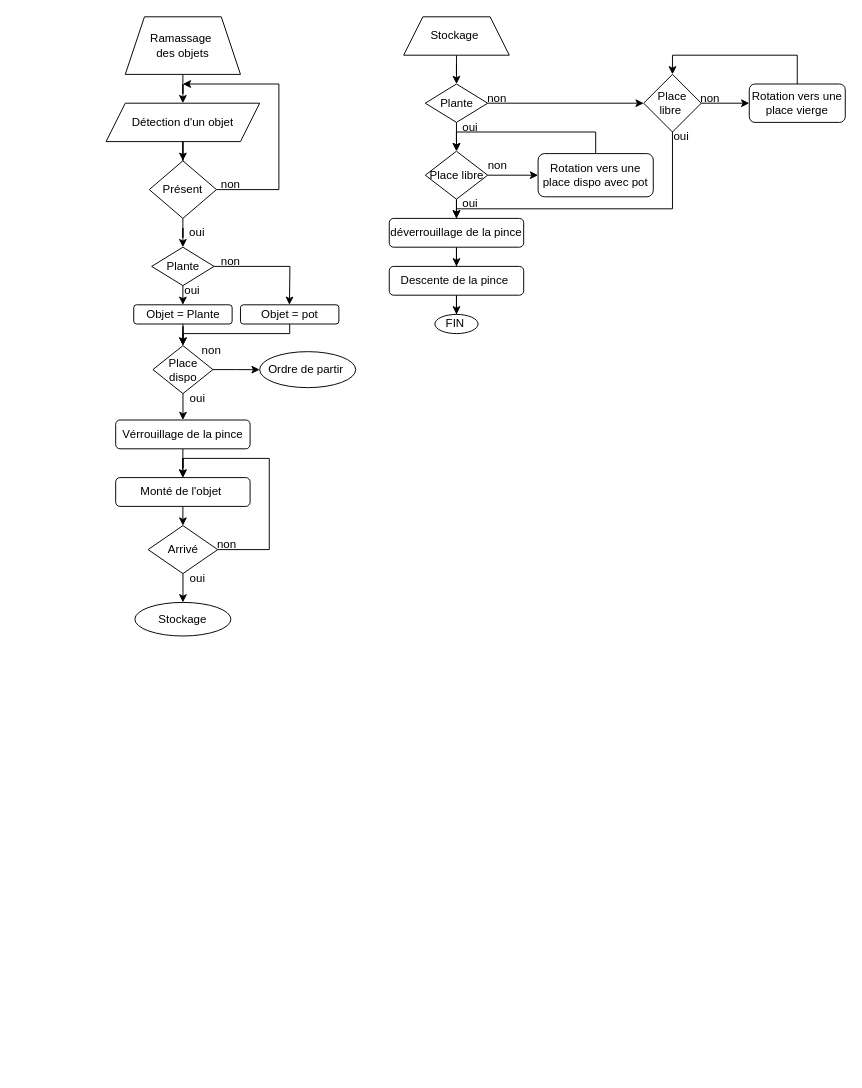
Earlier version of the draw.io diagram page "Asservissement" (3 of 4) of Journal/draw.io/Diagramme_Ares.drawio (AresEnsea/2324_Projet2A_AresCFR). Source tidied: cells renumbered, new cells numbered last; positions are measured from the earlier drawing's top-left corner, leaving out a move shared by most shapes. Both pictures are drawn from the tidied source at 96%, with x=0, y=0 at pixel (106, 16).
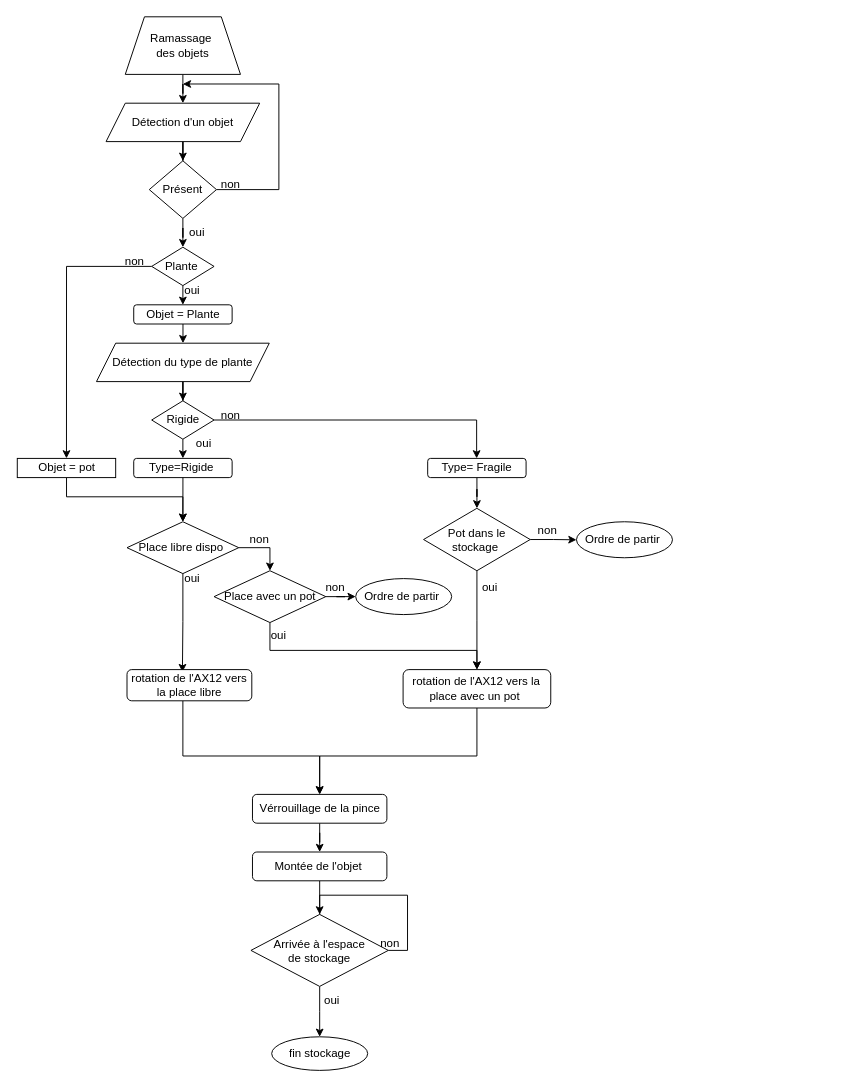
The same page after the edit.

Unchanged cells that the change refers to:
```xml
<mxCell id="28" value="Objet = Plante" style="rounded=1;whiteSpace=wrap;html=1;" parent="1" vertex="1">
  <mxGeometry x="28.8" y="300" width="102.5" height="20" as="geometry" />
</mxCell>
```

Diff of the diagram source:
```diff
@@
-    <mxCell id="10" style="edgeStyle=orthogonalEdgeStyle;rounded=0;jettySize=auto;html=1;" parent="1" edge="1" source="11" target="13">
-      <mxGeometry relative="1" as="geometry" />
-    </mxCell>
-    <mxCell id="11" value="Vérrouillage de la pince" style="rounded=1;whiteSpace=wrap;html=1;" parent="1" vertex="1">
-      <mxGeometry x="10" y="420" width="140" height="30" as="geometry" />
-    </mxCell>
-    <mxCell id="12" style="edgeStyle=orthogonalEdgeStyle;rounded=0;jettySize=auto;html=1;" parent="1" edge="1" source="13" target="32">
-      <mxGeometry relative="1" as="geometry" />
-    </mxCell>
-    <mxCell id="13" value="Monté de l'objet&amp;nbsp;" style="rounded=1;whiteSpace=wrap;html=1;" parent="1" vertex="1">
-      <mxGeometry x="10" y="480" width="140" height="30" as="geometry" />
-    </mxCell>
@@
-    <mxCell id="15" style="edgeStyle=orthogonalEdgeStyle;rounded=0;jettySize=auto;html=1;" parent="1" edge="1" source="17">
-      <mxGeometry relative="1" as="geometry">
-        <mxPoint x="191" y="300" as="targetPoint" />
-      </mxGeometry>
-    </mxCell>
@@
+    <mxCell id="62" style="edgeStyle=orthogonalEdgeStyle;rounded=0;jettySize=auto;html=1;entryX=0.5;entryY=0;entryDx=0;entryDy=0;" parent="1" edge="1" source="17" target="26">
+      <mxGeometry relative="1" as="geometry" />
+    </mxCell>
-    <mxCell id="17" value="Plante" style="rhombus;whiteSpace=wrap;html=1;" parent="1" vertex="1">
+    <mxCell id="17" value="Plante&amp;nbsp;" style="rhombus;whiteSpace=wrap;html=1;" parent="1" vertex="1">
       <mxGeometry x="47.5" y="240" width="65" height="40" as="geometry" />
     </mxCell>
-    <mxCell id="18" style="edgeStyle=orthogonalEdgeStyle;rounded=0;jettySize=auto;html=1;" parent="1" edge="1" source="20" target="11">
-      <mxGeometry relative="1" as="geometry" />
-    </mxCell>
-    <mxCell id="19" style="edgeStyle=orthogonalEdgeStyle;rounded=0;jettySize=auto;html=1;" parent="1" edge="1" source="20" target="29">
-      <mxGeometry relative="1" as="geometry" />
-    </mxCell>
-    <mxCell id="20" value="Place dispo" style="rhombus;whiteSpace=wrap;html=1;" parent="1" vertex="1">
-      <mxGeometry x="48.8" y="342.5" width="62.5" height="50" as="geometry" />
-    </mxCell>
@@
-    <mxCell id="22" value="oui" style="text;html=1;strokeColor=none;fillColor=none;align=center;verticalAlign=middle;whiteSpace=wrap;rounded=0;" parent="1" vertex="1">
-      <mxGeometry x="85.6" y="392.5" width="18.8" height="10" as="geometry" />
-    </mxCell>
-    <mxCell id="23" value="non" style="text;html=1;strokeColor=none;fillColor=none;align=center;verticalAlign=middle;whiteSpace=wrap;rounded=0;" parent="1" vertex="1">
-      <mxGeometry x="100" y="342.5" width="20" height="10" as="geometry" />
-    </mxCell>
     <mxCell id="24" value="non" style="text;html=1;strokeColor=none;fillColor=none;align=center;verticalAlign=middle;whiteSpace=wrap;rounded=0;" parent="1" vertex="1">
-      <mxGeometry x="110" y="250" width="40" height="10" as="geometry" />
+      <mxGeometry x="10" y="250" width="40" height="10" as="geometry" />
     </mxCell>
-    <mxCell id="25" style="edgeStyle=orthogonalEdgeStyle;rounded=0;jettySize=auto;html=1;exitX=0.5;exitY=1;exitDx=0;exitDy=0;entryX=0.5;entryY=0;entryDx=0;entryDy=0;" parent="1" edge="1" source="26" target="20">
-      <mxGeometry relative="1" as="geometry">
-        <Array as="points">
-          <mxPoint x="191" y="330" />
-          <mxPoint x="80" y="330" />
-        </Array>
-      </mxGeometry>
-    </mxCell>
+    <mxCell id="63" style="edgeStyle=orthogonalEdgeStyle;rounded=0;jettySize=auto;html=1;entryX=0.5;entryY=0;entryDx=0;entryDy=0;" parent="1" edge="1" source="26" target="69">
+      <mxGeometry relative="1" as="geometry">
+        <Array as="points">
+          <mxPoint x="-41" y="500" />
+          <mxPoint x="80" y="500" />
+        </Array>
+      </mxGeometry>
+    </mxCell>
-    <mxCell id="26" value="Objet = pot" style="rounded=1;whiteSpace=wrap;html=1;" parent="1" vertex="1">
-      <mxGeometry x="140" y="300" width="102.5" height="20" as="geometry" />
+    <mxCell id="26" value="Objet = pot" style="rounded=1;whiteSpace=wrap;html=1;arcSize=0;" parent="1" vertex="1">
+      <mxGeometry x="-92.5" y="460" width="102.5" height="20" as="geometry" />
     </mxCell>
-    <mxCell id="27" style="edgeStyle=orthogonalEdgeStyle;rounded=0;jettySize=auto;html=1;" parent="1" edge="1" source="28" target="20">
+    <mxCell id="27" style="edgeStyle=orthogonalEdgeStyle;rounded=0;jettySize=auto;html=1;entryX=0.5;entryY=0;entryDx=0;entryDy=0;" parent="1" edge="1" source="28" target="80">
       <mxGeometry relative="1" as="geometry" />
     </mxCell>
@@
-    <mxCell id="29" value="Ordre de partir&amp;nbsp;" style="ellipse;whiteSpace=wrap;html=1;" parent="1" vertex="1">
-      <mxGeometry x="160" y="348.8" width="100" height="37.5" as="geometry" />
-    </mxCell>
-    <mxCell id="30" style="edgeStyle=orthogonalEdgeStyle;rounded=0;jettySize=auto;html=1;entryX=0.5;entryY=0;entryDx=0;entryDy=0;" parent="1" edge="1" source="32" target="13">
-      <mxGeometry relative="1" as="geometry">
-        <Array as="points">
-          <mxPoint x="170" y="555" />
-          <mxPoint x="170" y="460" />
-          <mxPoint x="80" y="460" />
-        </Array>
-      </mxGeometry>
-    </mxCell>
-    <mxCell id="31" style="edgeStyle=orthogonalEdgeStyle;rounded=0;jettySize=auto;html=1;" parent="1" edge="1" source="32" target="35">
-      <mxGeometry relative="1" as="geometry" />
-    </mxCell>
-    <mxCell id="32" value="Arrivé" style="rhombus;whiteSpace=wrap;html=1;" parent="1" vertex="1">
-      <mxGeometry x="43.8" y="530" width="72.5" height="50" as="geometry" />
-    </mxCell>
-    <mxCell id="33" value="non" style="text;html=1;strokeColor=none;fillColor=none;align=center;verticalAlign=middle;whiteSpace=wrap;rounded=0;" parent="1" vertex="1">
-      <mxGeometry x="116.2" y="545" width="20" height="10" as="geometry" />
-    </mxCell>
-    <mxCell id="34" value="oui" style="text;html=1;strokeColor=none;fillColor=none;align=center;verticalAlign=middle;whiteSpace=wrap;rounded=0;" parent="1" vertex="1">
-      <mxGeometry x="85.6" y="580" width="18.8" height="10" as="geometry" />
-    </mxCell>
-    <mxCell id="35" value="Stockage" style="ellipse;whiteSpace=wrap;html=1;" parent="1" vertex="1">
-      <mxGeometry x="30" y="610" width="100" height="35" as="geometry" />
-    </mxCell>
-    <mxCell id="36" style="edgeStyle=orthogonalEdgeStyle;rounded=0;jettySize=auto;html=1;" parent="1" edge="1" source="37" target="40">
-      <mxGeometry relative="1" as="geometry" />
-    </mxCell>
-    <mxCell id="37" value="Stockage&amp;nbsp;" style="shape=trapezoid;perimeter=trapezoidPerimeter;whiteSpace=wrap;html=1;fixedSize=1;" parent="1" vertex="1">
-      <mxGeometry x="310" width="110" height="40" as="geometry" />
-    </mxCell>
-    <mxCell id="38" style="edgeStyle=orthogonalEdgeStyle;rounded=0;jettySize=auto;html=1;" parent="1" edge="1" source="40" target="43">
-      <mxGeometry relative="1" as="geometry" />
-    </mxCell>
-    <mxCell id="39" style="edgeStyle=orthogonalEdgeStyle;rounded=0;jettySize=auto;html=1;" parent="1" edge="1" source="40" target="56">
-      <mxGeometry relative="1" as="geometry" />
-    </mxCell>
-    <mxCell id="40" value="Plante" style="rhombus;whiteSpace=wrap;html=1;" parent="1" vertex="1">
-      <mxGeometry x="332.5" y="70" width="65" height="40" as="geometry" />
-    </mxCell>
-    <mxCell id="41" style="edgeStyle=orthogonalEdgeStyle;rounded=0;jettySize=auto;html=1;" parent="1" edge="1" source="43" target="46">
-      <mxGeometry relative="1" as="geometry" />
-    </mxCell>
-    <mxCell id="42" style="edgeStyle=orthogonalEdgeStyle;rounded=0;jettySize=auto;html=1;" parent="1" edge="1" source="43" target="53">
-      <mxGeometry relative="1" as="geometry" />
-    </mxCell>
-    <mxCell id="43" value="Place libre" style="rhombus;whiteSpace=wrap;html=1;" parent="1" vertex="1">
-      <mxGeometry x="332.5" y="140" width="65" height="50" as="geometry" />
-    </mxCell>
-    <mxCell id="44" value="oui" style="text;html=1;strokeColor=none;fillColor=none;align=center;verticalAlign=middle;whiteSpace=wrap;rounded=0;" parent="1" vertex="1">
-      <mxGeometry x="370" y="110" width="18.8" height="10" as="geometry" />
-    </mxCell>
-    <mxCell id="45" style="edgeStyle=orthogonalEdgeStyle;rounded=0;jettySize=auto;html=1;" parent="1" edge="1" source="46" target="49">
-      <mxGeometry relative="1" as="geometry" />
-    </mxCell>
-    <mxCell id="46" value="déverrouillage de la pince" style="rounded=1;whiteSpace=wrap;html=1;" parent="1" vertex="1">
-      <mxGeometry x="295" y="210" width="140" height="30" as="geometry" />
-    </mxCell>
-    <mxCell id="47" value="oui" style="text;html=1;strokeColor=none;fillColor=none;align=center;verticalAlign=middle;whiteSpace=wrap;rounded=0;" parent="1" vertex="1">
-      <mxGeometry x="370" y="190" width="18.8" height="10" as="geometry" />
-    </mxCell>
-    <mxCell id="48" style="edgeStyle=orthogonalEdgeStyle;rounded=0;jettySize=auto;html=1;entryX=0.5;entryY=0;entryDx=0;entryDy=0;" parent="1" edge="1" source="49" target="50">
-      <mxGeometry relative="1" as="geometry" />
-    </mxCell>
-    <mxCell id="49" value="Descente de la pince&amp;nbsp;" style="rounded=1;whiteSpace=wrap;html=1;" parent="1" vertex="1">
-      <mxGeometry x="295" y="260" width="140" height="30" as="geometry" />
-    </mxCell>
-    <mxCell id="50" value="FIN&amp;nbsp;" style="ellipse;whiteSpace=wrap;html=1;" parent="1" vertex="1">
-      <mxGeometry x="342.5" y="310" width="45" height="20" as="geometry" />
-    </mxCell>
-    <mxCell id="51" value="non" style="text;html=1;strokeColor=none;fillColor=none;align=center;verticalAlign=middle;whiteSpace=wrap;rounded=0;" parent="1" vertex="1">
-      <mxGeometry x="397.5" y="150" width="20" height="10" as="geometry" />
-    </mxCell>
-    <mxCell id="52" style="edgeStyle=orthogonalEdgeStyle;rounded=0;jettySize=auto;html=1;entryX=0.5;entryY=0;entryDx=0;entryDy=0;" parent="1" edge="1" source="53" target="43">
-      <mxGeometry relative="1" as="geometry">
-        <Array as="points">
-          <mxPoint x="510" y="120" />
-          <mxPoint x="365" y="120" />
-        </Array>
-      </mxGeometry>
-    </mxCell>
-    <mxCell id="53" value="Rotation vers une place dispo avec pot" style="rounded=1;whiteSpace=wrap;html=1;" parent="1" vertex="1">
-      <mxGeometry x="450" y="142.5" width="120" height="45" as="geometry" />
-    </mxCell>
-    <mxCell id="54" style="edgeStyle=orthogonalEdgeStyle;rounded=0;jettySize=auto;html=1;entryX=0.5;entryY=0;entryDx=0;entryDy=0;" parent="1" edge="1" source="56" target="46">
-      <mxGeometry relative="1" as="geometry">
-        <Array as="points">
-          <mxPoint x="590" y="200" />
-          <mxPoint x="365" y="200" />
-        </Array>
-      </mxGeometry>
-    </mxCell>
-    <mxCell id="55" style="edgeStyle=orthogonalEdgeStyle;rounded=0;jettySize=auto;html=1;" parent="1" edge="1" source="56" target="60">
-      <mxGeometry relative="1" as="geometry" />
-    </mxCell>
-    <mxCell id="56" value="Place libre&amp;nbsp;" style="rhombus;whiteSpace=wrap;html=1;" parent="1" vertex="1">
-      <mxGeometry x="560" y="60" width="60" height="60" as="geometry" />
-    </mxCell>
-    <mxCell id="57" value="non" style="text;html=1;strokeColor=none;fillColor=none;align=center;verticalAlign=middle;whiteSpace=wrap;rounded=0;" parent="1" vertex="1">
-      <mxGeometry x="397.5" y="80" width="18.8" height="10" as="geometry" />
-    </mxCell>
-    <mxCell id="58" value="oui" style="text;html=1;strokeColor=none;fillColor=none;align=center;verticalAlign=middle;whiteSpace=wrap;rounded=0;" parent="1" vertex="1">
-      <mxGeometry x="590" y="120" width="18.8" height="10" as="geometry" />
-    </mxCell>
-    <mxCell id="59" style="edgeStyle=orthogonalEdgeStyle;rounded=0;jettySize=auto;html=1;entryX=0.5;entryY=0;entryDx=0;entryDy=0;" parent="1" edge="1" source="60" target="56">
-      <mxGeometry relative="1" as="geometry">
-        <Array as="points">
-          <mxPoint x="720" y="40" />
-          <mxPoint x="590" y="40" />
-        </Array>
-      </mxGeometry>
-    </mxCell>
-    <mxCell id="60" value="Rotation vers une place vierge" style="rounded=1;whiteSpace=wrap;html=1;" parent="1" vertex="1">
-      <mxGeometry x="670" y="70" width="100" height="40" as="geometry" />
-    </mxCell>
-    <mxCell id="61" value="non" style="text;html=1;strokeColor=none;fillColor=none;align=center;verticalAlign=middle;whiteSpace=wrap;rounded=0;" parent="1" vertex="1">
-      <mxGeometry x="620" y="80" width="18.8" height="10" as="geometry" />
-    </mxCell>
+    <mxCell id="64" style="edgeStyle=orthogonalEdgeStyle;rounded=0;jettySize=auto;html=1;" parent="1" edge="1" source="11" target="66">
+      <mxGeometry relative="1" as="geometry" />
+    </mxCell>
+    <mxCell id="11" value="Vérrouillage de la pince" style="rounded=1;whiteSpace=wrap;html=1;" parent="1" vertex="1">
+      <mxGeometry x="152.5" y="810" width="140" height="30" as="geometry" />
+    </mxCell>
+    <mxCell id="65" style="edgeStyle=orthogonalEdgeStyle;rounded=0;jettySize=auto;html=1;" parent="1" edge="1" source="66" target="72">
+      <mxGeometry relative="1" as="geometry" />
+    </mxCell>
+    <mxCell id="66" value="Montée de l'objet&amp;nbsp;" style="rounded=1;whiteSpace=wrap;html=1;" parent="1" vertex="1">
+      <mxGeometry x="152.5" y="870" width="140" height="30" as="geometry" />
+    </mxCell>
+    <mxCell id="67" style="edgeStyle=orthogonalEdgeStyle;rounded=0;jettySize=auto;html=1;entryX=0.5;entryY=0;entryDx=0;entryDy=0;" parent="1" edge="1" source="69" target="98">
+      <mxGeometry relative="1" as="geometry">
+        <Array as="points">
+          <mxPoint x="171" y="553" />
+        </Array>
+      </mxGeometry>
+    </mxCell>
+    <mxCell id="68" style="edgeStyle=orthogonalEdgeStyle;rounded=0;jettySize=auto;html=1;entryX=0.444;entryY=0.081;entryDx=0;entryDy=0;entryPerimeter=0;" parent="1" edge="1" source="69" target="101">
+      <mxGeometry relative="1" as="geometry" />
+    </mxCell>
+    <mxCell id="69" value="Place libre dispo&amp;nbsp;" style="rhombus;whiteSpace=wrap;html=1;" parent="1" vertex="1">
+      <mxGeometry x="21.8" y="526" width="116.4" height="54" as="geometry" />
+    </mxCell>
+    <mxCell id="70" value="non" style="text;html=1;strokeColor=none;fillColor=none;align=center;verticalAlign=middle;whiteSpace=wrap;rounded=0;" parent="1" vertex="1">
+      <mxGeometry x="150" y="540" width="20" height="10" as="geometry" />
+    </mxCell>
+    <mxCell id="71" style="edgeStyle=orthogonalEdgeStyle;rounded=0;jettySize=auto;html=1;" parent="1" edge="1" source="72" target="75">
+      <mxGeometry relative="1" as="geometry" />
+    </mxCell>
+    <mxCell id="72" value="Arrivée à l'espace &lt;br&gt;de stockage" style="rhombus;whiteSpace=wrap;html=1;" parent="1" vertex="1">
+      <mxGeometry x="150.9" y="935" width="143.1" height="75" as="geometry" />
+    </mxCell>
+    <mxCell id="73" value="non" style="text;html=1;strokeColor=none;fillColor=none;align=center;verticalAlign=middle;whiteSpace=wrap;rounded=0;" parent="1" vertex="1">
+      <mxGeometry x="285.6" y="960" width="20" height="10" as="geometry" />
+    </mxCell>
+    <mxCell id="74" value="oui" style="text;html=1;strokeColor=none;fillColor=none;align=center;verticalAlign=middle;whiteSpace=wrap;rounded=0;" parent="1" vertex="1">
+      <mxGeometry x="226.2" y="1010" width="18.8" height="30" as="geometry" />
+    </mxCell>
+    <mxCell id="75" value="fin stockage" style="ellipse;whiteSpace=wrap;html=1;" parent="1" vertex="1">
+      <mxGeometry x="172.5" y="1062.5" width="100" height="35" as="geometry" />
+    </mxCell>
+    <mxCell id="76" style="edgeStyle=orthogonalEdgeStyle;rounded=0;jettySize=auto;html=1;" parent="1" edge="1" source="77" target="89">
+      <mxGeometry relative="1" as="geometry" />
+    </mxCell>
+    <mxCell id="77" value="Type= Fragile" style="rounded=1;whiteSpace=wrap;html=1;" parent="1" vertex="1">
+      <mxGeometry x="335" y="460" width="102.5" height="20" as="geometry" />
+    </mxCell>
+    <mxCell id="78" value="Type=Rigide&amp;nbsp;" style="rounded=1;whiteSpace=wrap;html=1;" parent="1" vertex="1">
+      <mxGeometry x="28.8" y="460" width="102.5" height="20" as="geometry" />
+    </mxCell>
+    <mxCell id="79" style="edgeStyle=orthogonalEdgeStyle;rounded=0;jettySize=auto;html=1;" parent="1" edge="1" source="80" target="84">
+      <mxGeometry relative="1" as="geometry" />
+    </mxCell>
+    <mxCell id="80" value="Détection du type de plante" style="shape=parallelogram;perimeter=parallelogramPerimeter;whiteSpace=wrap;html=1;fixedSize=1;" parent="1" vertex="1">
+      <mxGeometry x="-10" y="340" width="180" height="40" as="geometry" />
+    </mxCell>
+    <mxCell id="81" style="endArrow=classic;html=1;rounded=0;exitX=0.5;exitY=1;exitDx=0;exitDy=0;entryX=0.5;entryY=0;entryDx=0;entryDy=0;" parent="1" edge="1" source="78" target="69">
+      <mxGeometry relative="1" as="geometry" />
+    </mxCell>
+    <mxCell id="82" style="edgeStyle=orthogonalEdgeStyle;rounded=0;jettySize=auto;html=1;" parent="1" edge="1" source="84" target="77">
+      <mxGeometry relative="1" as="geometry">
+        <Array as="points">
+          <mxPoint x="386" y="420" />
+        </Array>
+      </mxGeometry>
+    </mxCell>
+    <mxCell id="83" style="edgeStyle=orthogonalEdgeStyle;rounded=0;jettySize=auto;html=1;entryX=0.5;entryY=0;entryDx=0;entryDy=0;" parent="1" edge="1" source="84" target="78">
+      <mxGeometry relative="1" as="geometry" />
+    </mxCell>
+    <mxCell id="84" value="Rigide" style="rhombus;whiteSpace=wrap;html=1;" parent="1" vertex="1">
+      <mxGeometry x="47.5" y="400" width="65" height="40" as="geometry" />
+    </mxCell>
+    <mxCell id="85" value="non" style="text;html=1;strokeColor=none;fillColor=none;align=center;verticalAlign=middle;whiteSpace=wrap;rounded=0;" parent="1" vertex="1">
+      <mxGeometry x="110" y="410" width="40" height="10" as="geometry" />
+    </mxCell>
+    <mxCell id="86" value="oui" style="text;html=1;strokeColor=none;fillColor=none;align=center;verticalAlign=middle;whiteSpace=wrap;rounded=0;" parent="1" vertex="1">
+      <mxGeometry x="82" y="440" width="40" height="10" as="geometry" />
+    </mxCell>
+    <mxCell id="87" style="edgeStyle=orthogonalEdgeStyle;rounded=0;jettySize=auto;html=1;" parent="1" edge="1" source="89" target="90">
+      <mxGeometry relative="1" as="geometry" />
+    </mxCell>
+    <mxCell id="88" style="edgeStyle=orthogonalEdgeStyle;rounded=0;jettySize=auto;html=1;" parent="1" edge="1" source="89" target="93">
+      <mxGeometry relative="1" as="geometry" />
+    </mxCell>
+    <mxCell id="89" value="Pot dans le stockage&amp;nbsp;" style="rhombus;whiteSpace=wrap;html=1;" parent="1" vertex="1">
+      <mxGeometry x="330.7" y="512" width="111.1" height="65" as="geometry" />
+    </mxCell>
+    <mxCell id="90" value="Ordre de partir&amp;nbsp;" style="ellipse;whiteSpace=wrap;html=1;" parent="1" vertex="1">
+      <mxGeometry x="490" y="526" width="100" height="37.5" as="geometry" />
+    </mxCell>
+    <mxCell id="91" value="non" style="text;html=1;strokeColor=none;fillColor=none;align=center;verticalAlign=middle;whiteSpace=wrap;rounded=0;" parent="1" vertex="1">
+      <mxGeometry x="450" y="530" width="20" height="10" as="geometry" />
+    </mxCell>
+    <mxCell id="92" style="edgeStyle=orthogonalEdgeStyle;rounded=0;jettySize=auto;html=1;entryX=0.5;entryY=0;entryDx=0;entryDy=0;" parent="1" edge="1" source="93" target="11">
+      <mxGeometry relative="1" as="geometry">
+        <Array as="points">
+          <mxPoint x="386" y="770" />
+          <mxPoint x="223" y="770" />
+        </Array>
+      </mxGeometry>
+    </mxCell>
+    <mxCell id="93" value="rotation de l'AX12 vers la place avec un pot&amp;nbsp;" style="rounded=1;whiteSpace=wrap;html=1;" parent="1" vertex="1">
+      <mxGeometry x="309.4" y="680" width="153.8" height="40" as="geometry" />
+    </mxCell>
+    <mxCell id="94" style="edgeStyle=orthogonalEdgeStyle;rounded=0;orthogonalLoop=1;jettySize=auto;html=1;entryX=1;entryY=0.5;entryDx=0;entryDy=0;endArrow=none;endFill=0;" parent="1" edge="1" source="72" target="72">
+      <mxGeometry relative="1" as="geometry" />
+    </mxCell>
+    <mxCell id="95" value="Ordre de partir&amp;nbsp;" style="ellipse;whiteSpace=wrap;html=1;" parent="1" vertex="1">
+      <mxGeometry x="260" y="585.2" width="100" height="37.5" as="geometry" />
+    </mxCell>
+    <mxCell id="96" style="edgeStyle=orthogonalEdgeStyle;rounded=0;jettySize=auto;html=1;entryX=0;entryY=0.5;entryDx=0;entryDy=0;" parent="1" edge="1" source="98" target="95">
+      <mxGeometry relative="1" as="geometry" />
+    </mxCell>
+    <mxCell id="97" style="edgeStyle=orthogonalEdgeStyle;rounded=0;jettySize=auto;html=1;entryX=0.5;entryY=0;entryDx=0;entryDy=0;" parent="1" edge="1" source="98" target="93">
+      <mxGeometry relative="1" as="geometry">
+        <Array as="points">
+          <mxPoint x="171" y="660" />
+          <mxPoint x="386" y="660" />
+        </Array>
+      </mxGeometry>
+    </mxCell>
+    <mxCell id="98" value="Place avec un pot" style="rhombus;whiteSpace=wrap;html=1;" parent="1" vertex="1">
+      <mxGeometry x="112.5" y="577" width="116.4" height="54" as="geometry" />
+    </mxCell>
+    <mxCell id="99" value="non" style="text;html=1;strokeColor=none;fillColor=none;align=center;verticalAlign=middle;whiteSpace=wrap;rounded=0;" parent="1" vertex="1">
+      <mxGeometry x="228.9" y="590" width="20" height="10" as="geometry" />
+    </mxCell>
+    <mxCell id="100" style="edgeStyle=orthogonalEdgeStyle;rounded=0;jettySize=auto;html=1;entryX=0.5;entryY=0;entryDx=0;entryDy=0;" parent="1" edge="1" source="101" target="11">
+      <mxGeometry relative="1" as="geometry">
+        <Array as="points">
+          <mxPoint x="80" y="770" />
+          <mxPoint x="223" y="770" />
+        </Array>
+      </mxGeometry>
+    </mxCell>
+    <mxCell id="101" value="rotation de l'AX12 vers la place libre" style="rounded=1;whiteSpace=wrap;html=1;" parent="1" vertex="1">
+      <mxGeometry x="21.8" y="680" width="130" height="32.5" as="geometry" />
+    </mxCell>
+    <mxCell id="102" value="oui" style="text;html=1;strokeColor=none;fillColor=none;align=center;verticalAlign=middle;whiteSpace=wrap;rounded=0;" parent="1" vertex="1">
+      <mxGeometry x="70" y="580" width="40" height="10" as="geometry" />
+    </mxCell>
+    <mxCell id="103" value="oui" style="text;html=1;strokeColor=none;fillColor=none;align=center;verticalAlign=middle;whiteSpace=wrap;rounded=0;" parent="1" vertex="1">
+      <mxGeometry x="160" y="640" width="40" height="10" as="geometry" />
+    </mxCell>
+    <mxCell id="104" value="oui" style="text;html=1;strokeColor=none;fillColor=none;align=center;verticalAlign=middle;whiteSpace=wrap;rounded=0;" parent="1" vertex="1">
+      <mxGeometry x="380" y="590" width="40" height="10" as="geometry" />
+    </mxCell>
```
